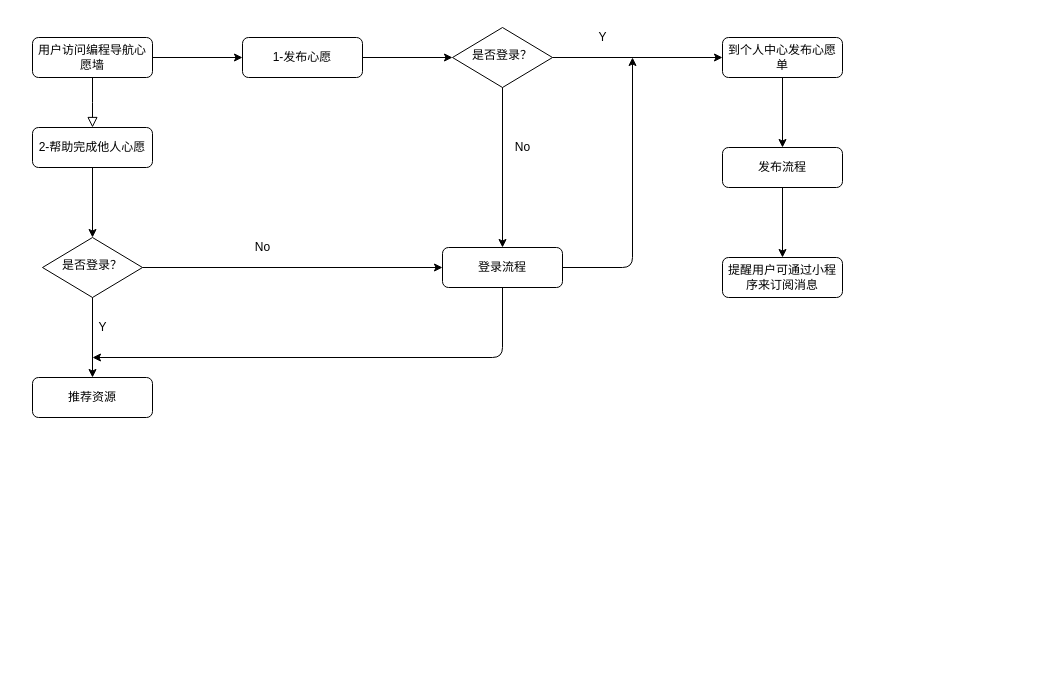
Earlier version of the draw.io diagram 心愿墙流程.drawio (1029113525/myStaticPage). Source tidied: cells renumbered, new cells numbered last; positions are measured from the earlier drawing's top-left corner, leaving out a move shared by most shapes. Both pictures are drawn from the tidied source at 100%, with x=0, y=0 at pixel (32, 27).
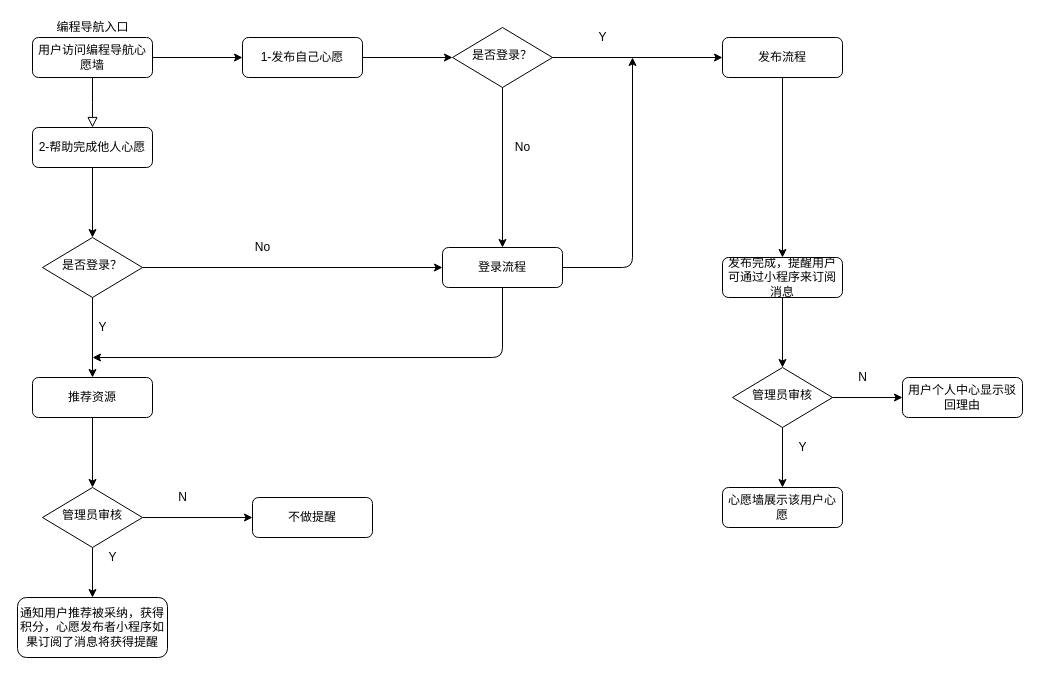
The same page after the edit.

Commit message (it also covers changes not shown here):
更新心愿墙流程.drawio

The change refers to these unchanged cells:
```xml
<mxCell id="9" value="是否登录？" style="rhombus;whiteSpace=wrap;html=1;shadow=0;fontFamily=Helvetica;fontSize=12;align=center;strokeWidth=1;spacing=6;spacingTop=-4;" parent="1" vertex="1">
  <mxGeometry x="420" width="100" height="60" as="geometry" />
</mxCell>
<mxCell id="17" value="推荐资源" style="rounded=1;whiteSpace=wrap;html=1;fontSize=12;glass=0;strokeWidth=1;shadow=0;" parent="1" vertex="1">
  <mxGeometry y="350" width="120" height="40" as="geometry" />
</mxCell>
```

Change to the diagram source:
```diff
@@
-    <mxCell id="6" value="1-发布心愿" style="rounded=1;whiteSpace=wrap;html=1;fontSize=12;glass=0;strokeWidth=1;shadow=0;" parent="1" vertex="1">
+    <mxCell id="6" value="1-发布自己心愿" style="rounded=1;whiteSpace=wrap;html=1;fontSize=12;glass=0;strokeWidth=1;shadow=0;" parent="1" vertex="1">
       <mxGeometry x="210" y="10" width="120" height="40" as="geometry" />
     </mxCell>
@@
-    <mxCell id="19" value="到个人中心发布心愿单" style="rounded=1;whiteSpace=wrap;html=1;fontSize=12;glass=0;strokeWidth=1;shadow=0;" parent="1" vertex="1">
-      <mxGeometry x="690" y="10" width="120" height="40" as="geometry" />
-    </mxCell>
-    <mxCell id="20" style="endArrow=classic;html=1;exitX=1;exitY=0.5;exitDx=0;exitDy=0;entryX=0;entryY=0.5;entryDx=0;entryDy=0;" parent="1" edge="1" source="9" target="19">
-      <mxGeometry relative="1" as="geometry" />
+    <mxCell id="20" style="endArrow=classic;html=1;exitX=1;exitY=0.5;exitDx=0;exitDy=0;entryX=0;entryY=0.5;entryDx=0;entryDy=0;" parent="1" edge="1" source="9">
+      <mxGeometry relative="1" as="geometry">
+        <mxPoint x="690" y="30" as="targetPoint" />
+      </mxGeometry>
     </mxCell>
@@
-    <mxCell id="24" style="endArrow=classic;html=1;exitX=0.5;exitY=1;exitDx=0;exitDy=0;" parent="1" edge="1" source="19">
-      <mxGeometry relative="1" as="geometry">
-        <mxPoint x="750" y="120" as="targetPoint" />
-      </mxGeometry>
-    </mxCell>
     <mxCell id="25" value="发布流程" style="rounded=1;whiteSpace=wrap;html=1;fontSize=12;glass=0;strokeWidth=1;shadow=0;" parent="1" vertex="1">
-      <mxGeometry x="690" y="120" width="120" height="40" as="geometry" />
+      <mxGeometry x="690" y="10" width="120" height="40" as="geometry" />
     </mxCell>
@@
-    <mxCell id="27" value="提醒用户可通过小程序来订阅消息" style="rounded=1;whiteSpace=wrap;html=1;fontSize=12;glass=0;strokeWidth=1;shadow=0;" parent="1" vertex="1">
+    <mxCell id="27" value="发布完成，提醒用户可通过小程序来订阅消息" style="rounded=1;whiteSpace=wrap;html=1;fontSize=12;glass=0;strokeWidth=1;shadow=0;" parent="1" vertex="1">
       <mxGeometry x="690" y="230" width="120" height="40" as="geometry" />
     </mxCell>
+    <mxCell id="28" style="endArrow=classic;html=1;exitX=0.5;exitY=1;exitDx=0;exitDy=0;" parent="1" edge="1" source="27">
+      <mxGeometry relative="1" as="geometry">
+        <mxPoint x="750" y="340" as="targetPoint" />
+      </mxGeometry>
+    </mxCell>
+    <mxCell id="29" value="管理员审核" style="rhombus;whiteSpace=wrap;html=1;shadow=0;fontFamily=Helvetica;fontSize=12;align=center;strokeWidth=1;spacing=6;spacingTop=-4;" parent="1" vertex="1">
+      <mxGeometry x="700" y="340" width="100" height="60" as="geometry" />
+    </mxCell>
+    <mxCell id="30" style="endArrow=classic;html=1;exitX=1;exitY=0.5;exitDx=0;exitDy=0;" parent="1" edge="1" source="29">
+      <mxGeometry relative="1" as="geometry">
+        <mxPoint x="870" y="370" as="targetPoint" />
+      </mxGeometry>
+    </mxCell>
+    <mxCell id="31" value="N" style="text;html=1;align=center;verticalAlign=middle;" parent="1" vertex="1">
+      <mxGeometry x="820" y="340" width="20" height="20" as="geometry" />
+    </mxCell>
+    <mxCell id="32" value="用户个人中心显示驳回理由" style="rounded=1;whiteSpace=wrap;html=1;fontSize=12;glass=0;strokeWidth=1;shadow=0;" parent="1" vertex="1">
+      <mxGeometry x="870" y="350" width="120" height="40" as="geometry" />
+    </mxCell>
+    <mxCell id="33" style="endArrow=classic;html=1;exitX=0.5;exitY=1;exitDx=0;exitDy=0;" parent="1" edge="1" source="29">
+      <mxGeometry relative="1" as="geometry">
+        <mxPoint x="750" y="460" as="targetPoint" />
+      </mxGeometry>
+    </mxCell>
+    <mxCell id="34" value="Y" style="text;html=1;align=center;verticalAlign=middle;" parent="1" vertex="1">
+      <mxGeometry x="760" y="410" width="20" height="20" as="geometry" />
+    </mxCell>
+    <mxCell id="35" value="心愿墙展示该用户心愿" style="rounded=1;whiteSpace=wrap;html=1;fontSize=12;glass=0;strokeWidth=1;shadow=0;" parent="1" vertex="1">
+      <mxGeometry x="690" y="460" width="120" height="40" as="geometry" />
+    </mxCell>
+    <mxCell id="36" style="endArrow=classic;html=1;exitX=0.5;exitY=1;exitDx=0;exitDy=0;" parent="1" edge="1" source="17">
+      <mxGeometry relative="1" as="geometry">
+        <mxPoint x="60" y="460" as="targetPoint" />
+      </mxGeometry>
+    </mxCell>
+    <mxCell id="37" value="管理员审核" style="rhombus;whiteSpace=wrap;html=1;shadow=0;fontFamily=Helvetica;fontSize=12;align=center;strokeWidth=1;spacing=6;spacingTop=-4;" parent="1" vertex="1">
+      <mxGeometry x="10" y="460" width="100" height="60" as="geometry" />
+    </mxCell>
+    <mxCell id="38" style="endArrow=classic;html=1;exitX=1;exitY=0.5;exitDx=0;exitDy=0;" parent="1" edge="1" source="37">
+      <mxGeometry relative="1" as="geometry">
+        <mxPoint x="220" y="490" as="targetPoint" />
+      </mxGeometry>
+    </mxCell>
+    <mxCell id="39" value="不做提醒" style="rounded=1;whiteSpace=wrap;html=1;fontSize=12;glass=0;strokeWidth=1;shadow=0;" parent="1" vertex="1">
+      <mxGeometry x="220" y="470" width="120" height="40" as="geometry" />
+    </mxCell>
+    <mxCell id="40" value="N" style="text;html=1;align=center;verticalAlign=middle;" parent="1" vertex="1">
+      <mxGeometry x="140" y="460" width="20" height="20" as="geometry" />
+    </mxCell>
+    <mxCell id="41" style="endArrow=classic;html=1;exitX=0.5;exitY=1;exitDx=0;exitDy=0;" parent="1" edge="1" source="37">
+      <mxGeometry relative="1" as="geometry">
+        <mxPoint x="60" y="570" as="targetPoint" />
+      </mxGeometry>
+    </mxCell>
+    <mxCell id="42" value="通知用户推荐被采纳，获得积分，心愿发布者小程序如果订阅了消息将获得提醒" style="rounded=1;whiteSpace=wrap;html=1;fontSize=12;glass=0;strokeWidth=1;shadow=0;" parent="1" vertex="1">
+      <mxGeometry x="-15" y="570" width="150" height="60" as="geometry" />
+    </mxCell>
+    <mxCell id="43" value="Y" style="text;html=1;align=center;verticalAlign=middle;" parent="1" vertex="1">
+      <mxGeometry x="70" y="520" width="20" height="20" as="geometry" />
+    </mxCell>
+    <mxCell id="44" value="编程导航入口" style="text;html=1;align=center;verticalAlign=middle;" parent="1" vertex="1">
+      <mxGeometry x="15" y="-10" width="90" height="20" as="geometry" />
+    </mxCell>
```
